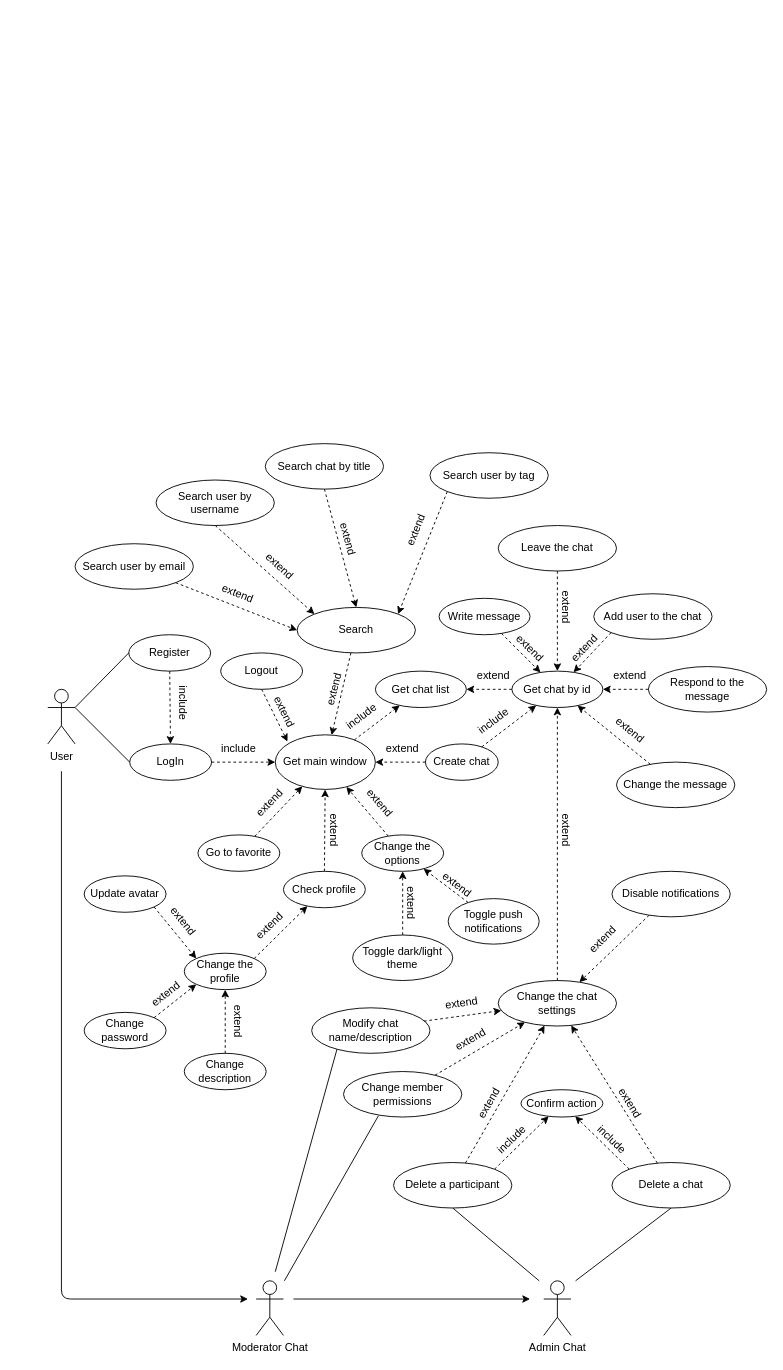
Above: docs/drawio/Use-case.drawio in Thejudgeofprogrammers/messager (draw.io), before the change. Source tidied: cells renumbered, new cells numbered last; positions are measured from the earlier drawing's top-left corner, leaving out a move shared by most shapes. Both pictures are drawn from the tidied source at 91%, with x=0, y=0 at pixel (47, 443).
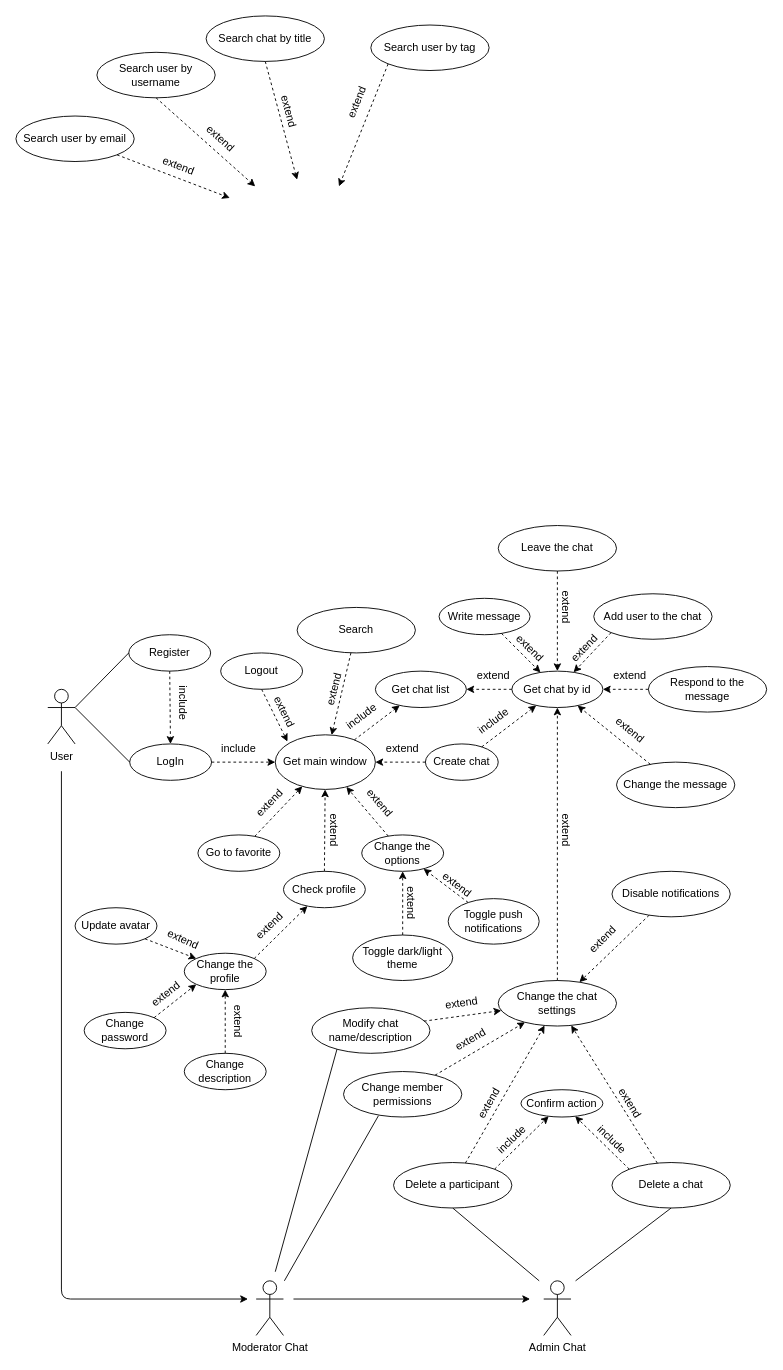
The same page after the edit.

The change refers to these unchanged cells:
```xml
<mxCell id="15" value="Search" style="ellipse;whiteSpace=wrap;html=1;" parent="1" vertex="1">
  <mxGeometry x="274" y="180" width="130" height="50" as="geometry" />
</mxCell>
```

Change to the diagram source:
```diff
@@
     <mxCell id="96" value="Update avatar" style="ellipse;whiteSpace=wrap;html=1;" parent="1" vertex="1">
-      <mxGeometry x="40" y="475" width="90" height="40" as="geometry" />
+      <mxGeometry x="30" y="510" width="90" height="40" as="geometry" />
     </mxCell>
@@
-    <mxCell id="98" value="extend" style="text;html=1;strokeColor=none;fillColor=none;align=center;verticalAlign=middle;whiteSpace=wrap;rounded=0;rotation=51;" parent="1" vertex="1">
-      <mxGeometry x="119" y="510" width="60" height="30" as="geometry" />
+    <mxCell id="98" value="extend" style="text;html=1;strokeColor=none;fillColor=none;align=center;verticalAlign=middle;whiteSpace=wrap;rounded=0;rotation=24;" parent="1" vertex="1">
+      <mxGeometry x="119" y="530" width="60" height="30" as="geometry" />
     </mxCell>
     <mxCell id="99" value="Search chat by title" style="ellipse;whiteSpace=wrap;html=1;" parent="1" vertex="1">
-      <mxGeometry x="239" width="130" height="50" as="geometry" />
+      <mxGeometry x="174" y="-470" width="130" height="50" as="geometry" />
     </mxCell>
     <mxCell id="100" value="Search user by username" style="ellipse;whiteSpace=wrap;html=1;" parent="1" vertex="1">
-      <mxGeometry x="119" y="40" width="130" height="50" as="geometry" />
+      <mxGeometry x="54" y="-430" width="130" height="50" as="geometry" />
     </mxCell>
-    <mxCell id="101" style="endArrow=classic;html=1;dashed=1;entryX=0.5;entryY=0;entryDx=0;entryDy=0;exitX=0.5;exitY=1;exitDx=0;exitDy=0;" parent="1" edge="1" source="99" target="15">
-      <mxGeometry relative="1" as="geometry" />
+    <mxCell id="101" style="endArrow=classic;html=1;dashed=1;entryX=0.5;entryY=0;entryDx=0;entryDy=0;exitX=0.5;exitY=1;exitDx=0;exitDy=0;" parent="1" edge="1" source="99">
+      <mxGeometry relative="1" as="geometry">
+        <mxPoint x="274" y="-290" as="targetPoint" />
+      </mxGeometry>
     </mxCell>
-    <mxCell id="102" style="endArrow=classic;html=1;dashed=1;exitX=0.5;exitY=1;exitDx=0;exitDy=0;entryX=0;entryY=0;entryDx=0;entryDy=0;" parent="1" edge="1" source="100" target="15">
-      <mxGeometry relative="1" as="geometry" />
+    <mxCell id="102" style="endArrow=classic;html=1;dashed=1;exitX=0.5;exitY=1;exitDx=0;exitDy=0;entryX=0;entryY=0;entryDx=0;entryDy=0;" parent="1" edge="1" source="100">
+      <mxGeometry relative="1" as="geometry">
+        <mxPoint x="228" y="-282.7" as="targetPoint" />
+      </mxGeometry>
     </mxCell>
     <mxCell id="103" value="extend" style="text;html=1;strokeColor=none;fillColor=none;align=center;verticalAlign=middle;whiteSpace=wrap;rounded=0;rotation=292;" parent="1" vertex="1">
-      <mxGeometry x="375" y="80" width="60" height="30" as="geometry" />
+      <mxGeometry x="310" y="-390" width="60" height="30" as="geometry" />
     </mxCell>
     <mxCell id="104" value="extend" style="text;html=1;strokeColor=none;fillColor=none;align=center;verticalAlign=middle;whiteSpace=wrap;rounded=0;rotation=42;" parent="1" vertex="1">
-      <mxGeometry x="225" y="120" width="60" height="30" as="geometry" />
+      <mxGeometry x="160" y="-350" width="60" height="30" as="geometry" />
     </mxCell>
     <mxCell id="105" value="Search user by tag" style="ellipse;whiteSpace=wrap;html=1;" parent="1" vertex="1">
-      <mxGeometry x="420" y="10" width="130" height="50" as="geometry" />
+      <mxGeometry x="355" y="-460" width="130" height="50" as="geometry" />
     </mxCell>
-    <mxCell id="106" style="endArrow=classic;html=1;dashed=1;entryX=1;entryY=0;entryDx=0;entryDy=0;exitX=0;exitY=1;exitDx=0;exitDy=0;" parent="1" edge="1" source="105" target="15">
-      <mxGeometry relative="1" as="geometry" />
+    <mxCell id="106" style="endArrow=classic;html=1;dashed=1;entryX=1;entryY=0;entryDx=0;entryDy=0;exitX=0;exitY=1;exitDx=0;exitDy=0;" parent="1" edge="1" source="105">
+      <mxGeometry relative="1" as="geometry">
+        <mxPoint x="320" y="-282.7" as="targetPoint" />
+      </mxGeometry>
     </mxCell>
     <mxCell id="107" value="extend" style="text;html=1;strokeColor=none;fillColor=none;align=center;verticalAlign=middle;whiteSpace=wrap;rounded=0;rotation=75;" parent="1" vertex="1">
-      <mxGeometry x="300" y="90" width="60" height="30" as="geometry" />
+      <mxGeometry x="235" y="-380" width="60" height="30" as="geometry" />
     </mxCell>
     <mxCell id="108" value="Search user by email" style="ellipse;whiteSpace=wrap;html=1;" parent="1" vertex="1">
-      <mxGeometry x="30" y="110" width="130" height="50" as="geometry" />
+      <mxGeometry x="-35" y="-360" width="130" height="50" as="geometry" />
     </mxCell>
-    <mxCell id="109" style="endArrow=classic;html=1;dashed=1;entryX=0;entryY=0.5;entryDx=0;entryDy=0;" parent="1" edge="1" source="108" target="15">
-      <mxGeometry relative="1" as="geometry" />
+    <mxCell id="109" style="endArrow=classic;html=1;dashed=1;" parent="1" edge="1" source="108">
+      <mxGeometry relative="1" as="geometry">
+        <mxPoint x="200" y="-270" as="targetPoint" />
+      </mxGeometry>
     </mxCell>
     <mxCell id="110" value="extend" style="text;html=1;strokeColor=none;fillColor=none;align=center;verticalAlign=middle;whiteSpace=wrap;rounded=0;rotation=21;" parent="1" vertex="1">
-      <mxGeometry x="179" y="150" width="60" height="30" as="geometry" />
+      <mxGeometry x="114" y="-320" width="60" height="30" as="geometry" />
     </mxCell>
```
